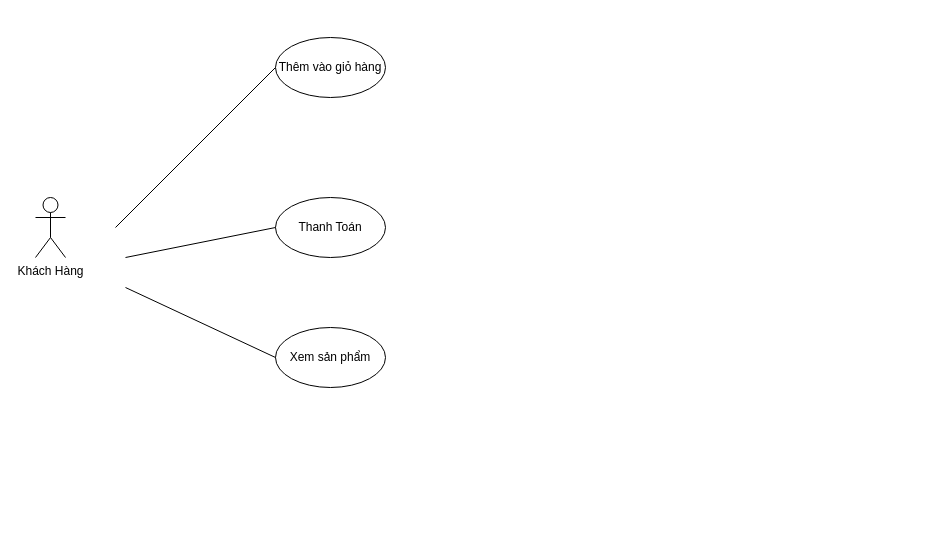
Earlier version of the draw.io diagram usecase phân rã khách hàng.drawio (Shadowcatz7/MobileShop). Source tidied: cells renumbered, new cells numbered last; positions are measured from the earlier drawing's top-left corner, leaving out a move shared by most shapes. Both pictures are drawn from the tidied source at 100%, with x=0, y=0 at pixel (35, 37).
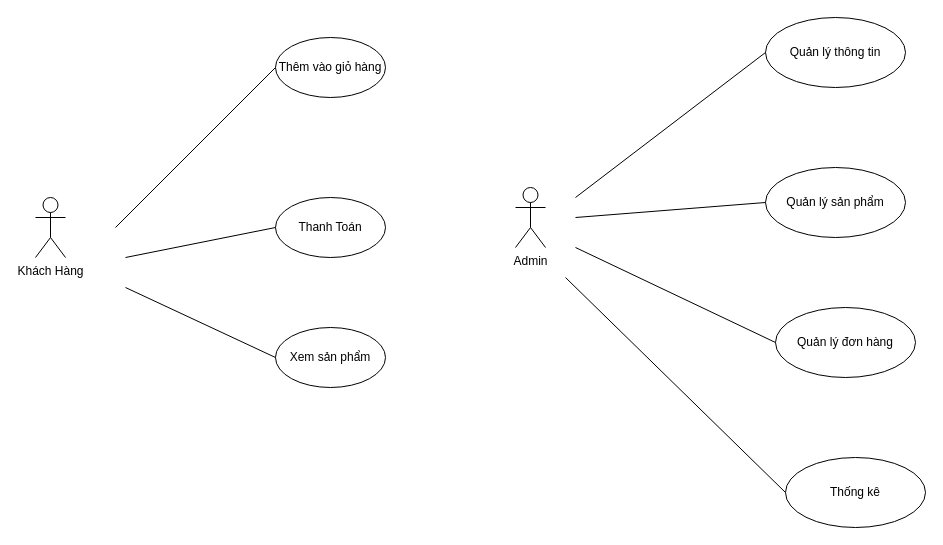
The same diagram, later.

Commit message:
Cập nhật usecase phân rã khách hàng.drawio

Diff of the diagram source:
```diff
@@
+    <mxCell id="9" value="Admin" style="shape=umlActor;verticalLabelPosition=bottom;verticalAlign=top;html=1;" parent="1" vertex="1">
+      <mxGeometry x="480" y="150" width="30" height="60" as="geometry" />
+    </mxCell>
+    <mxCell id="10" value="Quản lý thông tin" style="ellipse;whiteSpace=wrap;html=1;" parent="1" vertex="1">
+      <mxGeometry x="730" y="-20" width="140" height="70" as="geometry" />
+    </mxCell>
+    <mxCell id="11" value="Quản lý sản phẩm" style="ellipse;whiteSpace=wrap;html=1;" parent="1" vertex="1">
+      <mxGeometry x="730" y="130" width="140" height="70" as="geometry" />
+    </mxCell>
+    <mxCell id="12" value="Quản lý đơn hàng" style="ellipse;whiteSpace=wrap;html=1;" parent="1" vertex="1">
+      <mxGeometry x="740" y="270" width="140" height="70" as="geometry" />
+    </mxCell>
+    <mxCell id="13" value="Thống kê" style="ellipse;whiteSpace=wrap;html=1;" parent="1" vertex="1">
+      <mxGeometry x="750" y="420" width="140" height="70" as="geometry" />
+    </mxCell>
+    <mxCell id="14" style="endArrow=none;html=1;rounded=0;entryX=0;entryY=0.5;entryDx=0;entryDy=0;" parent="1" edge="1" target="10">
+      <mxGeometry relative="1" as="geometry">
+        <mxPoint x="540" y="160" as="sourcePoint" />
+      </mxGeometry>
+    </mxCell>
+    <mxCell id="15" style="endArrow=none;html=1;rounded=0;entryX=0;entryY=0.5;entryDx=0;entryDy=0;" parent="1" edge="1" target="11">
+      <mxGeometry relative="1" as="geometry">
+        <mxPoint x="540" y="180" as="sourcePoint" />
+      </mxGeometry>
+    </mxCell>
+    <mxCell id="16" style="endArrow=none;html=1;rounded=0;entryX=0;entryY=0.5;entryDx=0;entryDy=0;" parent="1" edge="1" target="12">
+      <mxGeometry relative="1" as="geometry">
+        <mxPoint x="540" y="210" as="sourcePoint" />
+      </mxGeometry>
+    </mxCell>
+    <mxCell id="17" style="endArrow=none;html=1;rounded=0;entryX=0;entryY=0.5;entryDx=0;entryDy=0;" parent="1" edge="1" target="13">
+      <mxGeometry relative="1" as="geometry">
+        <mxPoint x="530" y="240" as="sourcePoint" />
+      </mxGeometry>
+    </mxCell>
```
